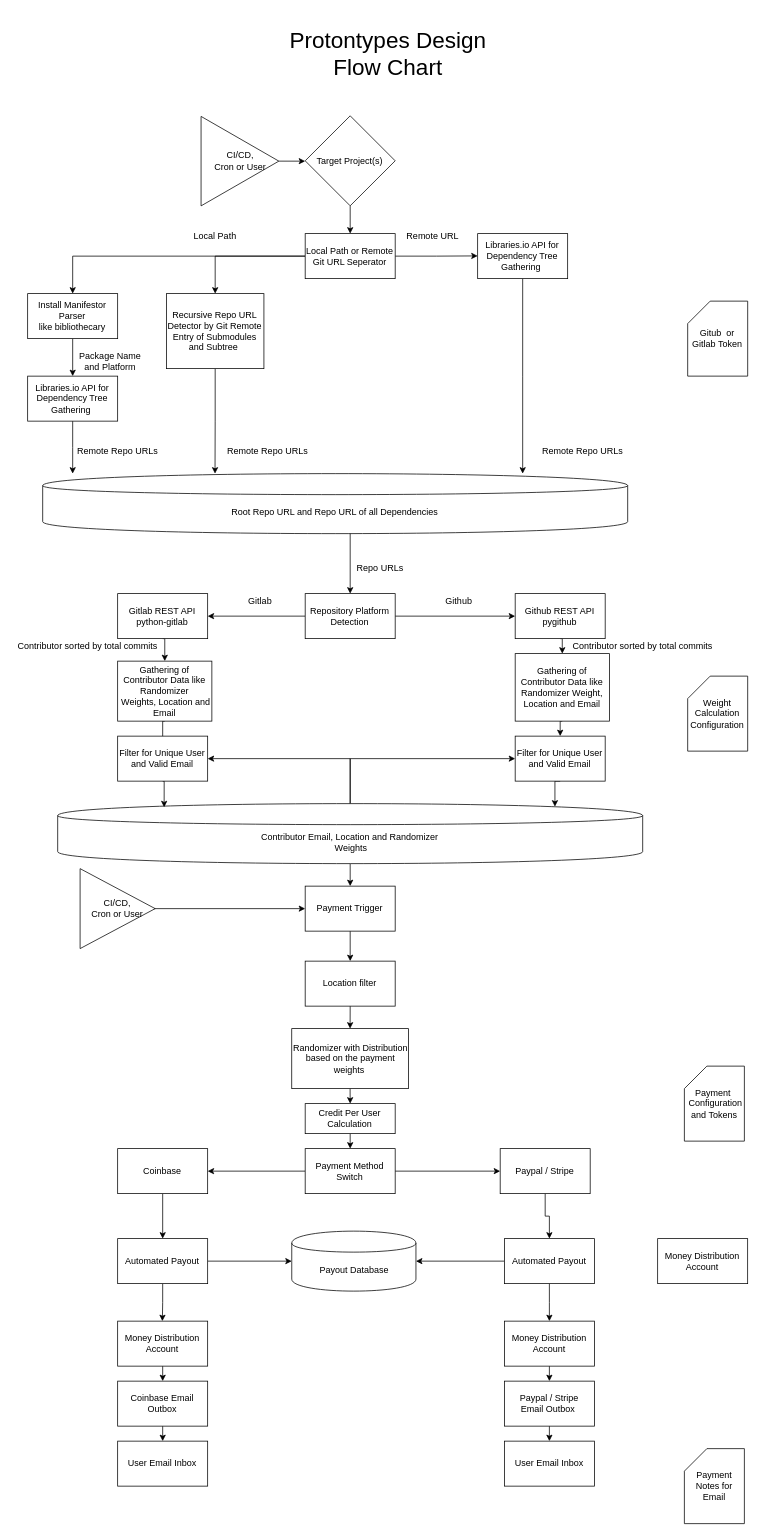
The draw.io diagram docs/protontypes_design_flowchart.drawio in protontypes/LibreSelery, before the edit. Source tidied: cells renumbered, new cells numbered last; positions are measured from the earlier drawing's top-left corner, leaving out a move shared by most shapes. Both pictures are drawn from the tidied source at 75%, with x=0, y=0 at pixel (12, 38).
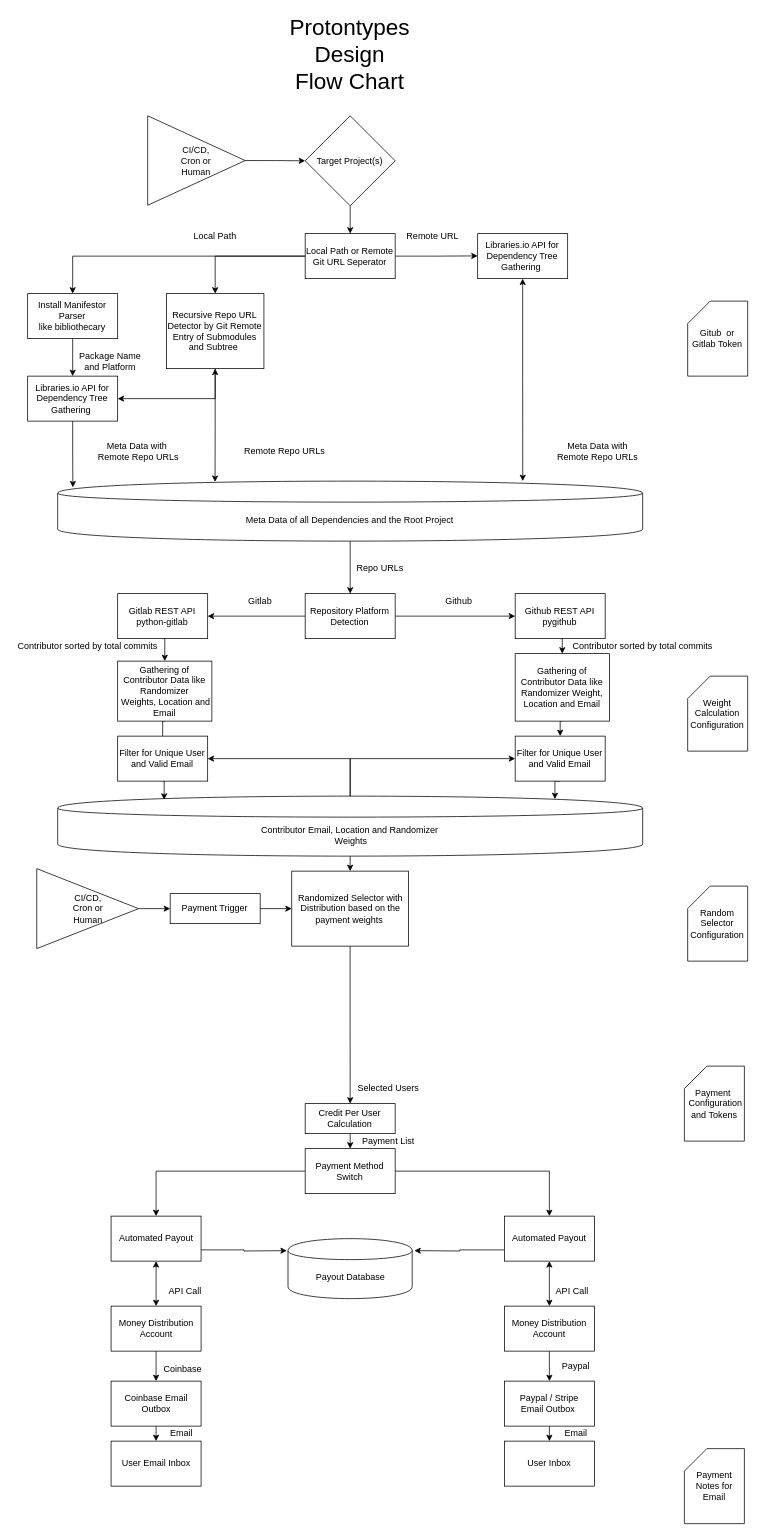
After the change.

Commit message:
Labeled Data Flow

Unchanged cells that the change refers to:
```xml
<mxCell id="9" value="Libraries.io API for Dependency Tree Gathering&amp;nbsp;" style="rounded=0;whiteSpace=wrap;html=1;" parent="1" vertex="1">
  <mxGeometry x="620.4" y="260" width="120" height="60" as="geometry" />
</mxCell>
<mxCell id="14" value="Recursive Repo URL Detector by Git Remote Entry of Submodules and Subtree&amp;nbsp;" style="rounded=0;whiteSpace=wrap;html=1;" parent="1" vertex="1">
  <mxGeometry x="205.4" y="340" width="130" height="100" as="geometry" />
</mxCell>
<mxCell id="16" value="Libraries.io API for Dependency Tree Gathering&amp;nbsp;" style="rounded=0;whiteSpace=wrap;html=1;" parent="1" vertex="1">
  <mxGeometry x="20.4" y="450" width="120" height="60" as="geometry" />
</mxCell>
<mxCell id="62" value="Payment Method Switch" style="rounded=0;whiteSpace=wrap;html=1;" parent="1" vertex="1">
  <mxGeometry x="390.4" y="1480" width="120" height="60" as="geometry" />
</mxCell>
<mxCell id="80" value="Credit Per User Calculation" style="rounded=0;whiteSpace=wrap;html=1;" parent="1" vertex="1">
  <mxGeometry x="390.4" y="1420" width="120" height="40" as="geometry" />
</mxCell>
```

The edit, as a diff of the source:
```diff
@@
-    <mxCell id="8" style="edgeStyle=orthogonalEdgeStyle;rounded=0;jettySize=auto;html=1;exitX=0.5;exitY=1;exitDx=0;exitDy=0;" parent="1" edge="1" source="9">
-      <mxGeometry relative="1" as="geometry">
-        <mxPoint x="680.4" y="580" as="targetPoint" />
-      </mxGeometry>
-    </mxCell>
+    <mxCell id="90" style="edgeStyle=orthogonalEdgeStyle;rounded=0;jettySize=auto;html=1;exitX=0.5;exitY=1;exitDx=0;exitDy=0;entryX=0.795;entryY=0;entryDx=0;entryDy=0;entryPerimeter=0;startArrow=classic;startFill=1;" parent="1" edge="1" source="9" target="17">
+      <mxGeometry relative="1" as="geometry" />
+    </mxCell>
@@
-    <mxCell id="13" style="edgeStyle=orthogonalEdgeStyle;rounded=0;jettySize=auto;html=1;exitX=0.5;exitY=1;exitDx=0;exitDy=0;" parent="1" edge="1" source="14">
-      <mxGeometry relative="1" as="geometry">
-        <mxPoint x="270.2" y="580" as="targetPoint" />
-      </mxGeometry>
-    </mxCell>
+    <mxCell id="91" style="edgeStyle=orthogonalEdgeStyle;rounded=0;jettySize=auto;html=1;exitX=0.5;exitY=1;exitDx=0;exitDy=0;entryX=1;entryY=0.5;entryDx=0;entryDy=0;" parent="1" edge="1" source="14" target="16">
+      <mxGeometry relative="1" as="geometry" />
+    </mxCell>
+    <mxCell id="92" style="edgeStyle=orthogonalEdgeStyle;rounded=0;jettySize=auto;html=1;exitX=0.5;exitY=1;exitDx=0;exitDy=0;entryX=0.269;entryY=0.013;entryDx=0;entryDy=0;entryPerimeter=0;startArrow=classic;startFill=1;" parent="1" edge="1" source="14" target="17">
+      <mxGeometry relative="1" as="geometry" />
+    </mxCell>
@@
-    <mxCell id="15" style="edgeStyle=orthogonalEdgeStyle;rounded=0;jettySize=auto;html=1;exitX=0.5;exitY=1;exitDx=0;exitDy=0;" parent="1" edge="1" source="16">
-      <mxGeometry relative="1" as="geometry">
-        <mxPoint x="80.4" y="580" as="targetPoint" />
-      </mxGeometry>
+    <mxCell id="15" style="edgeStyle=orthogonalEdgeStyle;rounded=0;jettySize=auto;html=1;exitX=0.5;exitY=1;exitDx=0;exitDy=0;entryX=0.026;entryY=0.104;entryDx=0;entryDy=0;entryPerimeter=0;" parent="1" edge="1" source="16" target="17">
+      <mxGeometry relative="1" as="geometry" />
     </mxCell>
@@
-    <mxCell id="17" value="Root Repo URL and Repo URL of all Dependencies" style="shape=cylinder;whiteSpace=wrap;html=1;boundedLbl=1;backgroundOutline=1;" parent="1" vertex="1">
-      <mxGeometry x="40.4" y="580" width="780" height="80" as="geometry" />
+    <mxCell id="17" value="Meta Data of all Dependencies and the Root Project" style="shape=cylinder;whiteSpace=wrap;html=1;boundedLbl=1;backgroundOutline=1;" parent="1" vertex="1">
+      <mxGeometry x="60.4" y="590" width="780" height="80" as="geometry" />
     </mxCell>
@@
-    <mxCell id="20" value="Remote Repo URLs" style="text;html=1;align=center;verticalAlign=middle;direction=south;" parent="1" vertex="1">
-      <mxGeometry x="80.4" y="540" width="120" height="20" as="geometry" />
+    <mxCell id="20" value="Meta Data with&lt;br&gt;&amp;nbsp;Remote Repo URLs" style="text;html=1;align=center;verticalAlign=middle;direction=south;" parent="1" vertex="1">
+      <mxGeometry x="101" y="535" width="130" height="30" as="geometry" />
     </mxCell>
-    <mxCell id="21" value="Remote Repo URLs" style="text;html=1;align=center;verticalAlign=middle;" parent="1" vertex="1">
-      <mxGeometry x="280.4" y="540" width="120" height="20" as="geometry" />
+    <mxCell id="21" value="&amp;nbsp;Remote Repo URLs" style="text;html=1;align=center;verticalAlign=middle;" parent="1" vertex="1">
+      <mxGeometry x="296" y="540" width="130" height="20" as="geometry" />
     </mxCell>
-    <mxCell id="22" value="Remote Repo URLs" style="text;html=1;align=center;verticalAlign=middle;" parent="1" vertex="1">
-      <mxGeometry x="700.4" y="540" width="120" height="20" as="geometry" />
+    <mxCell id="22" value="Meta Data with&lt;br&gt;Remote Repo URLs" style="text;html=1;align=center;verticalAlign=middle;" parent="1" vertex="1">
+      <mxGeometry x="720.4" y="535" width="120" height="30" as="geometry" />
     </mxCell>
-    <mxCell id="23" style="endArrow=classic;html=1;" parent="1" edge="1">
+    <mxCell id="23" style="endArrow=classic;html=1;exitX=0.5;exitY=1;exitDx=0;exitDy=0;" parent="1" edge="1" source="17">
       <mxGeometry relative="1" as="geometry">
-        <mxPoint x="450.4" y="660" as="sourcePoint" />
         <mxPoint x="450.4" y="740" as="targetPoint" />
       </mxGeometry>
     </mxCell>
@@
-    <mxCell id="40" style="edgeStyle=orthogonalEdgeStyle;rounded=0;jettySize=auto;html=1;exitX=0.5;exitY=1;exitDx=0;exitDy=0;entryX=0.5;entryY=0;entryDx=0;entryDy=0;" parent="1" edge="1" source="41" target="52">
-      <mxGeometry relative="1" as="geometry" />
-    </mxCell>
+    <mxCell id="93" style="edgeStyle=orthogonalEdgeStyle;rounded=0;jettySize=auto;html=1;exitX=0.5;exitY=1;exitDx=0;exitDy=0;entryX=0.5;entryY=0;entryDx=0;entryDy=0;startArrow=none;startFill=0;" parent="1" edge="1" source="41" target="69">
+      <mxGeometry relative="1" as="geometry" />
+    </mxCell>
     <mxCell id="41" value="Contributor Email, Location and Randomizer&lt;br&gt;&amp;nbsp;Weights" style="shape=cylinder;whiteSpace=wrap;html=1;boundedLbl=1;backgroundOutline=1;" parent="1" vertex="1">
-      <mxGeometry x="60.4" y="1020" width="780" height="80" as="geometry" />
+      <mxGeometry x="60.4" y="1010" width="780" height="80" as="geometry" />
     </mxCell>
@@
-    <mxCell id="51" style="edgeStyle=orthogonalEdgeStyle;rounded=0;jettySize=auto;html=1;exitX=0.5;exitY=1;exitDx=0;exitDy=0;entryX=0.5;entryY=0;entryDx=0;entryDy=0;" parent="1" edge="1" source="52" target="54">
-      <mxGeometry relative="1" as="geometry" />
-    </mxCell>
+    <mxCell id="94" style="edgeStyle=orthogonalEdgeStyle;rounded=0;jettySize=auto;html=1;exitX=1;exitY=0.5;exitDx=0;exitDy=0;entryX=0;entryY=0.5;entryDx=0;entryDy=0;startArrow=none;startFill=0;" parent="1" edge="1" source="52" target="69">
+      <mxGeometry relative="1" as="geometry" />
+    </mxCell>
     <mxCell id="52" value="Payment Trigger" style="rounded=0;whiteSpace=wrap;html=1;" parent="1" vertex="1">
-      <mxGeometry x="390.4" y="1130" width="120" height="60" as="geometry" />
+      <mxGeometry x="210.4" y="1140" width="120" height="40" as="geometry" />
     </mxCell>
-    <mxCell id="53" style="edgeStyle=orthogonalEdgeStyle;rounded=0;jettySize=auto;html=1;exitX=0.5;exitY=1;exitDx=0;exitDy=0;entryX=0.5;entryY=0;entryDx=0;entryDy=0;" parent="1" edge="1" source="54" target="69">
-      <mxGeometry relative="1" as="geometry" />
-    </mxCell>
-    <mxCell id="54" value="Location filter" style="rounded=0;whiteSpace=wrap;html=1;" parent="1" vertex="1">
-      <mxGeometry x="390.4" y="1230" width="120" height="60" as="geometry" />
-    </mxCell>
-    <mxCell id="55" value="&lt;font style=&quot;font-size: 30px&quot;&gt;Protontypes Design&lt;br&gt;Flow Chart&lt;/font&gt;" style="text;html=1;strokeColor=none;fillColor=none;align=center;verticalAlign=middle;whiteSpace=wrap;rounded=0;direction=south;" parent="1" vertex="1">
-      <mxGeometry x="156" width="690" height="40" as="geometry" />
+    <mxCell id="55" value="&lt;font style=&quot;font-size: 30px&quot;&gt;Protontypes &lt;br&gt;Design&lt;br&gt;Flow Chart&lt;/font&gt;" style="text;html=1;strokeColor=none;fillColor=none;align=center;verticalAlign=middle;whiteSpace=wrap;rounded=0;direction=south;" parent="1" vertex="1">
+      <mxGeometry x="105.4" width="690" height="40" as="geometry" />
     </mxCell>
-    <mxCell id="56" style="endArrow=classic;html=1;entryX=0;entryY=0.5;entryDx=0;entryDy=0;" parent="1" edge="1" target="52">
-      <mxGeometry relative="1" as="geometry">
-        <mxPoint x="186" y="1160" as="sourcePoint" />
-      </mxGeometry>
+    <mxCell id="56" style="endArrow=classic;html=1;entryX=0;entryY=0.5;entryDx=0;entryDy=0;exitX=1;exitY=0.5;exitDx=0;exitDy=0;" parent="1" edge="1" source="59" target="52">
+      <mxGeometry relative="1" as="geometry" />
     </mxCell>
@@
-    <mxCell id="58" value="CI/CD, &lt;br&gt;Cron or User" style="triangle;whiteSpace=wrap;html=1;" parent="1" vertex="1">
-      <mxGeometry x="251.6" y="103.7" width="103.7" height="119.3" as="geometry" />
+    <mxCell id="58" value="CI/CD, &lt;br&gt;Cron or &lt;br&gt;Human" style="triangle;whiteSpace=wrap;html=1;" parent="1" vertex="1">
+      <mxGeometry x="180.4" y="102.9" width="130" height="119.3" as="geometry" />
     </mxCell>
-    <mxCell id="59" value="CI/CD, &lt;br&gt;Cron or User" style="triangle;whiteSpace=wrap;html=1;" parent="1" vertex="1">
-      <mxGeometry x="90.3" y="1106.7" width="100.1" height="106.6" as="geometry" />
+    <mxCell id="59" value="CI/CD, &lt;br&gt;Cron or &lt;br&gt;Human" style="triangle;whiteSpace=wrap;html=1;" parent="1" vertex="1">
+      <mxGeometry x="32.5" y="1106.7" width="135.8" height="106.6" as="geometry" />
     </mxCell>
-    <mxCell id="60" style="edgeStyle=orthogonalEdgeStyle;rounded=0;jettySize=auto;html=1;exitX=1;exitY=0.5;exitDx=0;exitDy=0;entryX=0;entryY=0.5;entryDx=0;entryDy=0;" parent="1" edge="1" source="62" target="66">
+    <mxCell id="60" style="edgeStyle=orthogonalEdgeStyle;rounded=0;jettySize=auto;html=1;exitX=1;exitY=0.5;exitDx=0;exitDy=0;entryX=0.5;entryY=0;entryDx=0;entryDy=0;" parent="1" edge="1" source="62" target="75">
       <mxGeometry relative="1" as="geometry" />
     </mxCell>
-    <mxCell id="61" style="edgeStyle=orthogonalEdgeStyle;rounded=0;jettySize=auto;html=1;exitX=0;exitY=0.5;exitDx=0;exitDy=0;entryX=1;entryY=0.5;entryDx=0;entryDy=0;" parent="1" edge="1" source="62" target="64">
-      <mxGeometry relative="1" as="geometry" />
-    </mxCell>
+    <mxCell id="95" style="edgeStyle=orthogonalEdgeStyle;rounded=0;jettySize=auto;html=1;exitX=0;exitY=0.5;exitDx=0;exitDy=0;entryX=0.5;entryY=0;entryDx=0;entryDy=0;startArrow=none;startFill=0;" parent="1" edge="1" source="62" target="72">
+      <mxGeometry relative="1" as="geometry" />
+    </mxCell>
@@
-    <mxCell id="63" style="edgeStyle=orthogonalEdgeStyle;rounded=0;jettySize=auto;html=1;exitX=0.5;exitY=1;exitDx=0;exitDy=0;entryX=0.5;entryY=0;entryDx=0;entryDy=0;" parent="1" edge="1" source="64" target="72">
-      <mxGeometry relative="1" as="geometry" />
-    </mxCell>
-    <mxCell id="64" value="Coinbase" style="rounded=0;whiteSpace=wrap;html=1;" parent="1" vertex="1">
-      <mxGeometry x="140.4" y="1480" width="120" height="60" as="geometry" />
-    </mxCell>
-    <mxCell id="65" style="edgeStyle=orthogonalEdgeStyle;rounded=0;jettySize=auto;html=1;exitX=0.5;exitY=1;exitDx=0;exitDy=0;entryX=0.5;entryY=0;entryDx=0;entryDy=0;" parent="1" edge="1" source="66" target="75">
-      <mxGeometry relative="1" as="geometry" />
-    </mxCell>
-    <mxCell id="66" value="Paypal / Stripe" style="rounded=0;whiteSpace=wrap;html=1;" parent="1" vertex="1">
-      <mxGeometry x="650.4" y="1480" width="120" height="60" as="geometry" />
-    </mxCell>
@@
-    <mxCell id="68" style="edgeStyle=orthogonalEdgeStyle;rounded=0;jettySize=auto;html=1;exitX=0.5;exitY=1;exitDx=0;exitDy=0;entryX=0.5;entryY=0;entryDx=0;entryDy=0;" parent="1" edge="1" source="69" target="80">
+    <mxCell id="68" style="edgeStyle=orthogonalEdgeStyle;rounded=0;jettySize=auto;html=1;exitX=0.5;exitY=1;exitDx=0;exitDy=0;entryX=0.5;entryY=0;entryDx=0;entryDy=0;startArrow=none;startFill=0;" parent="1" edge="1" source="69" target="80">
       <mxGeometry relative="1" as="geometry" />
     </mxCell>
-    <mxCell id="69" value="Randomizer with Distribution based on the payment weights&amp;nbsp;" style="rounded=0;whiteSpace=wrap;html=1;" parent="1" vertex="1">
-      <mxGeometry x="372.5" y="1320" width="155.6" height="80" as="geometry" />
+    <mxCell id="69" value="Randomized Selector with Distribution based on the payment weights&amp;nbsp;" style="rounded=0;whiteSpace=wrap;html=1;" parent="1" vertex="1">
+      <mxGeometry x="372.5" y="1110" width="155.6" height="100" as="geometry" />
     </mxCell>
-    <mxCell id="70" style="edgeStyle=orthogonalEdgeStyle;rounded=0;jettySize=auto;html=1;exitX=1;exitY=0.5;exitDx=0;exitDy=0;entryX=0;entryY=0.5;entryDx=0;entryDy=0;" parent="1" edge="1" source="72" target="76">
-      <mxGeometry relative="1" as="geometry" />
-    </mxCell>
-    <mxCell id="71" style="edgeStyle=orthogonalEdgeStyle;rounded=0;jettySize=auto;html=1;exitX=0.5;exitY=1;exitDx=0;exitDy=0;entryX=0.5;entryY=0;entryDx=0;entryDy=0;" parent="1" edge="1" source="72">
-      <mxGeometry relative="1" as="geometry">
-        <mxPoint x="200" y="1710" as="targetPoint" />
-      </mxGeometry>
-    </mxCell>
+    <mxCell id="96" style="edgeStyle=orthogonalEdgeStyle;rounded=0;jettySize=auto;html=1;exitX=0.5;exitY=1;exitDx=0;exitDy=0;entryX=0.5;entryY=0;entryDx=0;entryDy=0;startArrow=classic;startFill=1;" parent="1" edge="1" source="72" target="85">
+      <mxGeometry relative="1" as="geometry" />
+    </mxCell>
+    <mxCell id="97" style="edgeStyle=orthogonalEdgeStyle;rounded=0;jettySize=auto;html=1;exitX=1;exitY=0.75;exitDx=0;exitDy=0;startArrow=none;startFill=0;" parent="1" edge="1" source="72">
+      <mxGeometry relative="1" as="geometry">
+        <mxPoint x="366" y="1616" as="targetPoint" />
+      </mxGeometry>
+    </mxCell>
     <mxCell id="72" value="Automated Payout" style="rounded=0;whiteSpace=wrap;html=1;" parent="1" vertex="1">
-      <mxGeometry x="140.4" y="1600" width="120" height="60" as="geometry" />
+      <mxGeometry x="131.6" y="1570" width="120" height="60" as="geometry" />
     </mxCell>
-    <mxCell id="73" style="edgeStyle=orthogonalEdgeStyle;rounded=0;jettySize=auto;html=1;exitX=0;exitY=0.5;exitDx=0;exitDy=0;entryX=1;entryY=0.5;entryDx=0;entryDy=0;" parent="1" edge="1" source="75" target="76">
-      <mxGeometry relative="1" as="geometry" />
-    </mxCell>
-    <mxCell id="74" style="edgeStyle=orthogonalEdgeStyle;rounded=0;jettySize=auto;html=1;exitX=0.5;exitY=1;exitDx=0;exitDy=0;entryX=0.5;entryY=0;entryDx=0;entryDy=0;" parent="1" edge="1" source="75">
-      <mxGeometry relative="1" as="geometry">
-        <mxPoint x="716" y="1710" as="targetPoint" />
-      </mxGeometry>
-    </mxCell>
+    <mxCell id="98" style="edgeStyle=orthogonalEdgeStyle;rounded=0;jettySize=auto;html=1;exitX=0.5;exitY=1;exitDx=0;exitDy=0;entryX=0.5;entryY=0;entryDx=0;entryDy=0;startArrow=classic;startFill=1;" parent="1" edge="1" source="75" target="87">
+      <mxGeometry relative="1" as="geometry" />
+    </mxCell>
+    <mxCell id="99" style="edgeStyle=orthogonalEdgeStyle;rounded=0;jettySize=auto;html=1;exitX=0;exitY=0.75;exitDx=0;exitDy=0;startArrow=none;startFill=0;" parent="1" edge="1" source="75">
+      <mxGeometry relative="1" as="geometry">
+        <mxPoint x="536" y="1616" as="targetPoint" />
+      </mxGeometry>
+    </mxCell>
     <mxCell id="75" value="Automated Payout" style="rounded=0;whiteSpace=wrap;html=1;" parent="1" vertex="1">
-      <mxGeometry x="656" y="1600" width="120" height="60" as="geometry" />
+      <mxGeometry x="656" y="1570" width="120" height="60" as="geometry" />
     </mxCell>
     <mxCell id="76" value="Payout Database" style="shape=cylinder;whiteSpace=wrap;html=1;boundedLbl=1;backgroundOutline=1;" parent="1" vertex="1">
-      <mxGeometry x="372.5" y="1590" width="165.6" height="80" as="geometry" />
+      <mxGeometry x="367.5" y="1600" width="165.6" height="80" as="geometry" />
     </mxCell>
     <mxCell id="77" value="User Email Inbox" style="rounded=0;whiteSpace=wrap;html=1;" parent="1" vertex="1">
-      <mxGeometry x="140.4" y="1870" width="120" height="60" as="geometry" />
+      <mxGeometry x="131.6" y="1870" width="120" height="60" as="geometry" />
     </mxCell>
-    <mxCell id="78" value="User Email Inbox" style="rounded=0;whiteSpace=wrap;html=1;" parent="1" vertex="1">
+    <mxCell id="78" value="User Inbox" style="rounded=0;whiteSpace=wrap;html=1;" parent="1" vertex="1">
       <mxGeometry x="656" y="1870" width="120" height="60" as="geometry" />
     </mxCell>
@@
-    <mxCell id="81" value="Money Distribution Account" style="rounded=0;whiteSpace=wrap;html=1;" parent="1" vertex="1">
-      <mxGeometry x="860.4" y="1600" width="120" height="60" as="geometry" />
-    </mxCell>
@@
     <mxCell id="83" value="Coinbase Email Outbox" style="rounded=0;whiteSpace=wrap;html=1;" parent="1" vertex="1">
-      <mxGeometry x="140.4" y="1790" width="120" height="60" as="geometry" />
+      <mxGeometry x="131.6" y="1790" width="120" height="60" as="geometry" />
     </mxCell>
@@
     <mxCell id="85" value="Money Distribution Account" style="rounded=0;whiteSpace=wrap;html=1;" parent="1" vertex="1">
-      <mxGeometry x="140.4" y="1710" width="120" height="60" as="geometry" />
+      <mxGeometry x="131.6" y="1690" width="120" height="60" as="geometry" />
     </mxCell>
+    <mxCell id="88" style="edgeStyle=orthogonalEdgeStyle;rounded=0;jettySize=auto;html=1;exitX=0.5;exitY=1;exitDx=0;exitDy=0;entryX=0.5;entryY=0;entryDx=0;entryDy=0;" parent="1" edge="1" source="89" target="78">
+      <mxGeometry relative="1" as="geometry" />
+    </mxCell>
+    <mxCell id="89" value="Paypal / Stripe&lt;br&gt;Email Outbox&amp;nbsp;" style="rounded=0;whiteSpace=wrap;html=1;" parent="1" vertex="1">
+      <mxGeometry x="656" y="1790" width="120" height="60" as="geometry" />
+    </mxCell>
+    <mxCell id="64" value="Coinbase" style="text;html=1;" parent="1" vertex="1">
+      <mxGeometry x="200.4" y="1760" width="80" height="30" as="geometry" />
+    </mxCell>
-    <mxCell id="86" style="edgeStyle=orthogonalEdgeStyle;rounded=0;jettySize=auto;html=1;exitX=0.5;exitY=1;exitDx=0;exitDy=0;entryX=0.5;entryY=0;entryDx=0;entryDy=0;" parent="1" edge="1" source="87" target="89">
+    <mxCell id="86" style="edgeStyle=orthogonalEdgeStyle;rounded=0;jettySize=auto;html=1;exitX=0.5;exitY=1;exitDx=0;exitDy=0;entryX=0.5;entryY=0;entryDx=0;entryDy=0;startArrow=none;startFill=0;" parent="1" edge="1" source="87" target="89">
       <mxGeometry relative="1" as="geometry" />
     </mxCell>
     <mxCell id="87" value="Money Distribution Account" style="rounded=0;whiteSpace=wrap;html=1;" parent="1" vertex="1">
-      <mxGeometry x="656" y="1710" width="120" height="60" as="geometry" />
+      <mxGeometry x="656" y="1690" width="120" height="60" as="geometry" />
     </mxCell>
-    <mxCell id="88" style="edgeStyle=orthogonalEdgeStyle;rounded=0;jettySize=auto;html=1;exitX=0.5;exitY=1;exitDx=0;exitDy=0;entryX=0.5;entryY=0;entryDx=0;entryDy=0;" parent="1" edge="1" source="89" target="78">
-      <mxGeometry relative="1" as="geometry" />
-    </mxCell>
-    <mxCell id="89" value="Paypal / Stripe&lt;br&gt;Email Outbox&amp;nbsp;" style="rounded=0;whiteSpace=wrap;html=1;" parent="1" vertex="1">
-      <mxGeometry x="656" y="1790" width="120" height="60" as="geometry" />
-    </mxCell>
+    <mxCell id="100" value="Selected Users" style="text;html=1;align=center;verticalAlign=middle;" parent="1" vertex="1">
+      <mxGeometry x="451" y="1390" width="100" height="20" as="geometry" />
+    </mxCell>
+    <mxCell id="101" value="Email" style="text;html=1;align=center;verticalAlign=middle;" parent="1" vertex="1">
+      <mxGeometry x="726" y="1850" width="50" height="20" as="geometry" />
+    </mxCell>
+    <mxCell id="102" value="Paypal" style="text;html=1;align=center;verticalAlign=middle;" parent="1" vertex="1">
+      <mxGeometry x="726" y="1760" width="50" height="20" as="geometry" />
+    </mxCell>
+    <mxCell id="103" value="API Call" style="text;html=1;align=center;verticalAlign=middle;" parent="1" vertex="1">
+      <mxGeometry x="716" y="1660" width="60" height="20" as="geometry" />
+    </mxCell>
+    <mxCell id="104" value="Email" style="text;html=1;align=center;verticalAlign=middle;direction=south;" parent="1" vertex="1">
+      <mxGeometry x="215.4" y="1835" width="20" height="50" as="geometry" />
+    </mxCell>
+    <mxCell id="105" value="API Call" style="text;html=1;align=center;verticalAlign=middle;" parent="1" vertex="1">
+      <mxGeometry x="200.4" y="1660" width="60" height="20" as="geometry" />
+    </mxCell>
+    <mxCell id="106" value="Payment List" style="text;html=1;align=center;verticalAlign=middle;" parent="1" vertex="1">
+      <mxGeometry x="456" y="1460" width="90" height="20" as="geometry" />
+    </mxCell>
+    <mxCell id="107" value="Random Selector Configuration" style="shape=card;whiteSpace=wrap;html=1;" parent="1" vertex="1">
+      <mxGeometry x="900.4" y="1130" width="80" height="100" as="geometry" />
+    </mxCell>
```
